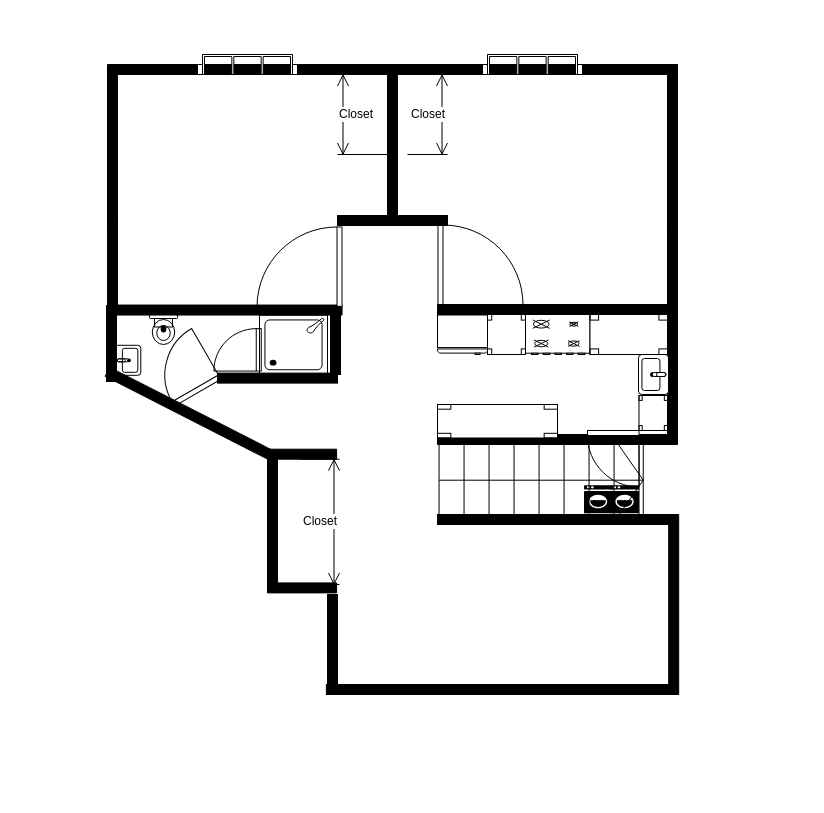
This is page "Basement-Portion1" (3 of 4) of 38EastPark.drawio from sanjaipk/HousePlan, a draw.io file, before an edit. Source tidied: cells renumbered, new cells numbered last; positions are measured from the earlier drawing's top-left corner, leaving out a move shared by most shapes. Both pictures are drawn from the tidied source at 100%, with x=0, y=0 at pixel (73, -1).
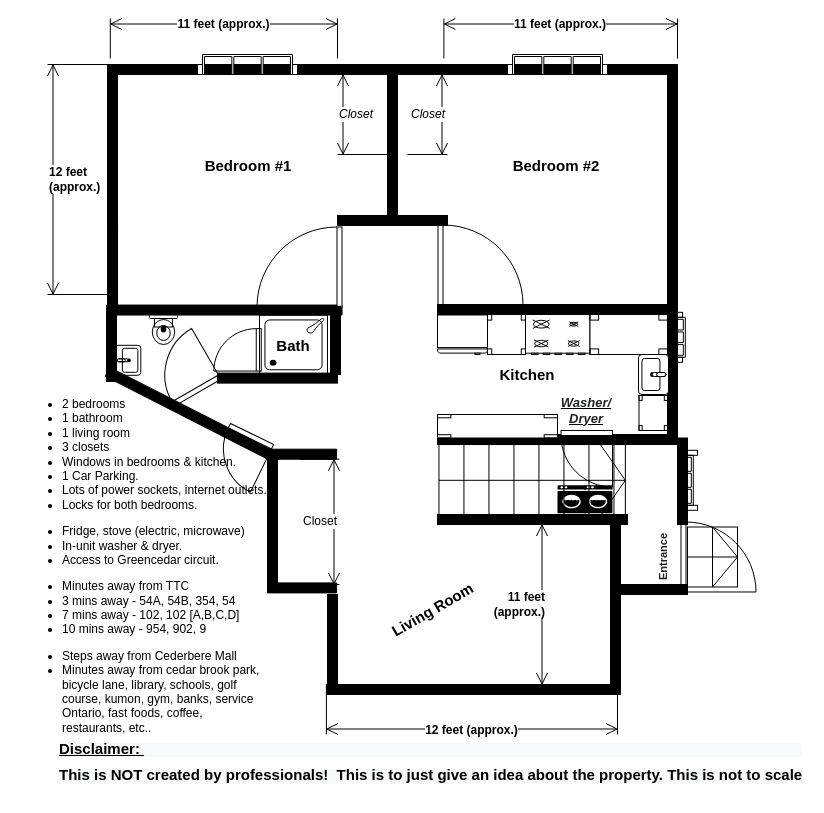
The same page after the edit.

Diff of the diagram source:
```diff
@@
+    <mxCell id="26" style="verticalLabelPosition=bottom;html=1;verticalAlign=top;align=center;shape=mxgraph.floorplan.wall;fillColor=#000000;rotation=27;" parent="1" vertex="1">
+      <mxGeometry x="24" y="397.5" width="184.4" height="33.5" as="geometry" />
+    </mxCell>
     <mxCell id="2" style="verticalLabelPosition=bottom;html=1;verticalAlign=top;align=center;shape=mxgraph.floorplan.stairs;direction=south;rotation=-90;fillColor=none;" parent="1" vertex="1">
-      <mxGeometry x="431.9" y="378.6" width="71.5" height="204.2" as="geometry" />
+      <mxGeometry x="422.9" y="387.6" width="71.5" height="186.4" as="geometry" />
     </mxCell>
@@
     <mxCell id="8" style="verticalLabelPosition=bottom;html=1;verticalAlign=top;align=center;shape=mxgraph.floorplan.windowGarden;dx=0.25;" parent="1" vertex="1">
-      <mxGeometry x="409" y="55" width="100" height="20" as="geometry" />
+      <mxGeometry x="434" y="55" width="100" height="20" as="geometry" />
     </mxCell>
@@
     <mxCell id="18" style="verticalLabelPosition=bottom;html=1;verticalAlign=top;align=center;shape=mxgraph.floorplan.table;" parent="1" vertex="1">
-      <mxGeometry x="364" y="405" width="120" height="33.5" as="geometry" />
+      <mxGeometry x="364" y="415" width="120" height="23.5" as="geometry" />
     </mxCell>
     <mxCell id="19" style="verticalLabelPosition=bottom;html=1;verticalAlign=top;align=center;shape=mxgraph.floorplan.doorRight;" parent="1" vertex="1">
-      <mxGeometry x="514" y="431" width="51.5" height="54.7" as="geometry" />
+      <mxGeometry x="487.5" y="431" width="51.5" height="54.7" as="geometry" />
     </mxCell>
     <mxCell id="20" style="shape=mxgraph.signs.tech.washing_machine;html=1;fillColor=#000000;strokeColor=none;verticalLabelPosition=bottom;verticalAlign=top;align=center;" parent="1" vertex="1">
-      <mxGeometry x="537" y="485.7" width="28.5" height="28" as="geometry" />
+      <mxGeometry x="510.5" y="485.7" width="28.5" height="28" as="geometry" />
     </mxCell>
     <mxCell id="21" style="shape=mxgraph.signs.tech.washing_machine;html=1;fillColor=#000000;strokeColor=none;verticalLabelPosition=bottom;verticalAlign=top;align=center;" parent="1" vertex="1">
-      <mxGeometry x="510.5" y="485.7" width="28.5" height="28" as="geometry" />
+      <mxGeometry x="484" y="485.7" width="28.5" height="28" as="geometry" />
     </mxCell>
@@
-    <mxCell id="26" style="verticalLabelPosition=bottom;html=1;verticalAlign=top;align=center;shape=mxgraph.floorplan.wall;fillColor=#000000;rotation=27;" parent="1" vertex="1">
-      <mxGeometry x="24" y="397.5" width="184.4" height="33.5" as="geometry" />
-    </mxCell>
@@
     <mxCell id="32" style="verticalLabelPosition=bottom;html=1;verticalAlign=top;align=center;shape=mxgraph.floorplan.wall;fillColor=#000000;" parent="1" vertex="1">
-      <mxGeometry x="364" y="515" width="240" height="10" as="geometry" />
+      <mxGeometry x="364" y="515" width="190" height="10" as="geometry" />
     </mxCell>
     <mxCell id="33" style="verticalLabelPosition=bottom;html=1;verticalAlign=top;align=center;shape=mxgraph.floorplan.wallCorner;fillColor=#000000;direction=west;" parent="1" vertex="1">
-      <mxGeometry x="505.2" y="515" width="100" height="180" as="geometry" />
+      <mxGeometry x="447" y="515" width="100" height="180" as="geometry" />
     </mxCell>
@@
-    <mxCell id="36" value="Closet" style="shape=dimension;direction=north;whiteSpace=wrap;html=1;align=right;verticalAlign=middle;labelBackgroundColor=#ffffff;fillColor=none;" parent="1" vertex="1">
+    <mxCell id="36" value="Closet" style="shape=dimension;direction=north;whiteSpace=wrap;html=1;align=right;verticalAlign=middle;labelBackgroundColor=#ffffff;fillColor=none;fontStyle=2;" parent="1" vertex="1">
       <mxGeometry x="334" y="75" width="40" height="80" as="geometry" />
     </mxCell>
-    <mxCell id="37" value="Closet" style="shape=dimension;direction=south;whiteSpace=wrap;html=1;align=left;verticalAlign=middle;labelBackgroundColor=#ffffff;fillColor=none;" parent="1" vertex="1">
+    <mxCell id="37" value="Closet" style="shape=dimension;direction=south;whiteSpace=wrap;html=1;align=left;verticalAlign=middle;labelBackgroundColor=#ffffff;fillColor=none;fontStyle=2;" parent="1" vertex="1">
       <mxGeometry x="264" y="75" width="50" height="80" as="geometry" />
     </mxCell>
@@
+    <mxCell id="40" style="verticalLabelPosition=bottom;html=1;verticalAlign=top;align=center;shape=mxgraph.floorplan.wall;fillColor=#000000;direction=south;" parent="1" vertex="1">
+      <mxGeometry x="604" y="438.5" width="10" height="86.5" as="geometry" />
+    </mxCell>
+    <mxCell id="41" style="verticalLabelPosition=bottom;html=1;verticalAlign=top;align=center;shape=mxgraph.floorplan.windowGarden;dx=0.25;fillColor=none;rotation=90;" parent="1" vertex="1">
+      <mxGeometry x="586.9" y="477.9" width="60" height="5.8" as="geometry" />
+    </mxCell>
+    <mxCell id="42" style="verticalLabelPosition=bottom;html=1;verticalAlign=top;align=center;shape=mxgraph.floorplan.wall;fillColor=#000000;" parent="1" vertex="1">
+      <mxGeometry x="547" y="585" width="67" height="10" as="geometry" />
+    </mxCell>
+    <mxCell id="43" style="verticalLabelPosition=bottom;html=1;verticalAlign=top;align=center;shape=mxgraph.floorplan.doorLeft;fillColor=none;rotation=-90;" parent="1" vertex="1">
+      <mxGeometry x="609.7" y="520.3" width="70" height="74.4" as="geometry" />
+    </mxCell>
+    <mxCell id="44" style="verticalLabelPosition=bottom;html=1;verticalAlign=top;align=center;shape=mxgraph.floorplan.stairs;fillColor=none;" parent="1" vertex="1">
+      <mxGeometry x="614" y="527.5" width="50" height="60" as="geometry" />
+    </mxCell>
+    <mxCell id="45" value="&lt;ul&gt;&lt;li&gt;2 bedrooms&lt;/li&gt;&lt;li&gt;1 bathroom&amp;nbsp;&lt;/li&gt;&lt;li&gt;1 living room&lt;/li&gt;&lt;li&gt;3 closets&amp;nbsp;&lt;/li&gt;&lt;li&gt;Windows in bedrooms &amp;amp; kitchen.&lt;/li&gt;&lt;li&gt;1 Car Parking.&lt;/li&gt;&lt;li&gt;Lots of power sockets, internet outlets.&lt;/li&gt;&lt;li&gt;Locks for both bedrooms.&lt;/li&gt;&lt;/ul&gt;&lt;ul&gt;&lt;li&gt;Fridge, stove (electric, microwave)&lt;/li&gt;&lt;li&gt;In-unit washer &amp;amp; dryer.&lt;/li&gt;&lt;li&gt;Access to Greencedar circuit.&lt;/li&gt;&lt;/ul&gt;&lt;ul&gt;&lt;li&gt;Minutes away from TTC&amp;nbsp;&lt;/li&gt;&lt;li&gt;3 mins away - 54A, 54B, 354, 54&amp;nbsp;&lt;/li&gt;&lt;li&gt;7 mins away - 102, 102 [A,B,C,D]&amp;nbsp;&lt;/li&gt;&lt;li&gt;10 mins away - 954, 902, 9&lt;/li&gt;&lt;/ul&gt;&lt;ul&gt;&lt;li&gt;Steps away from Cederbere Mall&lt;/li&gt;&lt;li&gt;Minutes away from cedar brook park, bicycle lane, library, schools, golf course, kumon, gym, banks, service Ontario, fast foods, coffee, restaurants, etc..&amp;nbsp;&lt;/li&gt;&lt;/ul&gt;&lt;div&gt;&lt;p&gt;&lt;br&gt;&lt;/p&gt;&lt;/div&gt;&lt;p&gt;&lt;/p&gt;" style="text;html=1;strokeColor=none;fillColor=none;spacing=5;spacingTop=-20;whiteSpace=wrap;overflow=hidden;rounded=0;" parent="1" vertex="1">
+      <mxGeometry x="-56" y="396" width="254.8" height="339" as="geometry" />
+    </mxCell>
+    <mxCell id="46" style="verticalLabelPosition=bottom;html=1;verticalAlign=top;align=center;shape=mxgraph.floorplan.windowGarden;dx=0.25;fillColor=none;rotation=90;" parent="1" vertex="1">
+      <mxGeometry x="580.4" y="331.4" width="50" height="12.8" as="geometry" />
+    </mxCell>
+    <mxCell id="47" value="12 feet&lt;br&gt;(approx.)" style="shape=dimension;direction=south;whiteSpace=wrap;html=1;align=left;verticalAlign=middle;labelBackgroundColor=#ffffff;fillColor=none;fontStyle=1;" parent="1" vertex="1">
+      <mxGeometry x="-26" y="65" width="65.4" height="230" as="geometry" />
+    </mxCell>
+    <mxCell id="48" value="11 feet (approx.)" style="shape=dimension;direction=west;whiteSpace=wrap;html=1;align=center;verticalAlign=top;spacingTop=-8;labelBackgroundColor=#ffffff;fillColor=none;fontStyle=1;" parent="1" vertex="1">
+      <mxGeometry x="36.8" y="19" width="227.2" height="40" as="geometry" />
+    </mxCell>
+    <mxCell id="49" value="11 feet (approx.)" style="shape=dimension;direction=west;whiteSpace=wrap;html=1;align=center;verticalAlign=top;spacingTop=-8;labelBackgroundColor=#ffffff;fillColor=none;fontStyle=1;" parent="1" vertex="1">
+      <mxGeometry x="370.4" y="19" width="233.6" height="40" as="geometry" />
+    </mxCell>
+    <mxCell id="50" value="11 feet&lt;br&gt;(approx.)" style="shape=dimension;direction=north;whiteSpace=wrap;html=1;align=right;verticalAlign=middle;labelBackgroundColor=#ffffff;fillColor=none;fontStyle=1;" parent="1" vertex="1">
+      <mxGeometry x="434" y="525" width="40" height="160" as="geometry" />
+    </mxCell>
+    <mxCell id="51" value="12 feet (approx.)" style="shape=dimension;whiteSpace=wrap;html=1;align=center;verticalAlign=bottom;spacingBottom=-5;labelBackgroundColor=#ffffff;fillColor=none;fontStyle=1;" parent="1" vertex="1">
+      <mxGeometry x="252.9" y="695" width="291.1" height="40" as="geometry" />
+    </mxCell>
+    <mxCell id="52" value="&lt;p style=&quot;color: rgb(0 , 0 , 0) ; font-family: &amp;#34;helvetica&amp;#34; ; font-size: 12px ; font-style: normal ; font-weight: 400 ; letter-spacing: normal ; text-align: left ; text-indent: 0px ; text-transform: none ; word-spacing: 0px ; background-color: rgb(248 , 249 , 250)&quot;&gt;&lt;font style=&quot;font-size: 15px ; line-height: 0&quot;&gt;&lt;b style=&quot;line-height: 0.5&quot;&gt;&lt;u&gt;Disclaimer:&amp;nbsp;&lt;/u&gt;&lt;/b&gt;&lt;/font&gt;&lt;/p&gt;&lt;p style=&quot;color: rgb(0 , 0 , 0) ; font-family: &amp;#34;helvetica&amp;#34; ; font-size: 12px ; font-style: normal ; font-weight: 400 ; letter-spacing: normal ; text-align: left ; text-indent: 0px ; text-transform: none ; word-spacing: 0px ; background-color: rgb(248 , 249 , 250)&quot;&gt;&lt;font style=&quot;font-size: 15px ; line-height: 0&quot;&gt;&lt;b style=&quot;line-height: 0.5&quot;&gt;This is NOT created by professionals!&amp;nbsp;&amp;nbsp;&lt;/b&gt;&lt;/font&gt;&lt;b style=&quot;font-size: 15px ; line-height: 0.5&quot;&gt;This is to just give an idea about the property. This is not to scale&lt;/b&gt;&lt;/p&gt;" style="text;whiteSpace=wrap;html=1;fontSize=15;" parent="1" vertex="1">
+      <mxGeometry x="-16" y="725" width="750" height="60" as="geometry" />
+    </mxCell>
+    <mxCell id="53" style="verticalLabelPosition=bottom;html=1;verticalAlign=top;align=center;shape=mxgraph.floorplan.doorRight;fontSize=15;fillColor=none;rotation=26;" parent="1" vertex="1">
+      <mxGeometry x="143.4" y="431.9" width="48" height="51" as="geometry" />
+    </mxCell>
+    <mxCell id="54" value="Bedroom #1" style="text;html=1;strokeColor=none;fillColor=none;align=center;verticalAlign=middle;whiteSpace=wrap;rounded=0;fontSize=15;fontStyle=1;" parent="1" vertex="1">
+      <mxGeometry x="126" y="150.8" width="98" height="30" as="geometry" />
+    </mxCell>
+    <mxCell id="55" value="Bedroom #2" style="text;html=1;strokeColor=none;fillColor=none;align=center;verticalAlign=middle;whiteSpace=wrap;rounded=0;fontSize=15;fontStyle=1;" parent="1" vertex="1">
+      <mxGeometry x="434" y="150.8" width="98" height="30" as="geometry" />
+    </mxCell>
+    <mxCell id="56" value="Living Room" style="text;html=1;strokeColor=none;fillColor=none;align=center;verticalAlign=middle;whiteSpace=wrap;rounded=0;fontSize=15;fontStyle=1;rotation=-30;" parent="1" vertex="1">
+      <mxGeometry x="310" y="594.7" width="98" height="30" as="geometry" />
+    </mxCell>
+    <mxCell id="57" value="Kitchen" style="text;html=1;strokeColor=none;fillColor=none;align=center;verticalAlign=middle;whiteSpace=wrap;rounded=0;fontSize=15;fontStyle=1;" parent="1" vertex="1">
+      <mxGeometry x="405" y="360" width="98" height="30" as="geometry" />
+    </mxCell>
+    <mxCell id="58" value="Bath" style="text;html=1;strokeColor=none;fillColor=none;align=center;verticalAlign=middle;whiteSpace=wrap;rounded=0;fontSize=15;fontStyle=1;" parent="1" vertex="1">
+      <mxGeometry x="191.4" y="331.4" width="57.8" height="30" as="geometry" />
+    </mxCell>
+    <mxCell id="59" value="&lt;span style=&quot;color: rgb(32, 33, 34); font-family: sans-serif; font-size: 11px; background-color: rgb(255, 255, 255);&quot;&gt;Entrance&lt;/span&gt;" style="text;html=1;strokeColor=none;fillColor=none;align=center;verticalAlign=middle;whiteSpace=wrap;rounded=0;fontSize=11;fontStyle=1;rotation=-90;" parent="1" vertex="1">
+      <mxGeometry x="554" y="542.5" width="70" height="30" as="geometry" />
+    </mxCell>
+    <mxCell id="60" value="&lt;span style=&quot;color: rgb(32, 33, 34); font-family: sans-serif; font-size: 13px; background-color: rgb(255, 255, 255);&quot;&gt;Washer/&lt;br style=&quot;font-size: 13px;&quot;&gt;Dryer&lt;br style=&quot;font-size: 13px;&quot;&gt;&lt;/span&gt;" style="text;html=1;strokeColor=none;fillColor=none;align=center;verticalAlign=middle;whiteSpace=wrap;rounded=0;fontSize=13;fontStyle=7;rotation=0;" parent="1" vertex="1">
+      <mxGeometry x="478.2" y="396" width="70" height="30" as="geometry" />
+    </mxCell>
```
